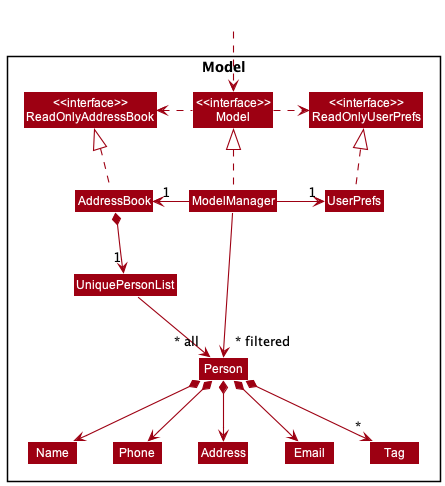
Before: docs/images/ModelClassDiagram.png, a diagram exported from PlantUML (nus-cs2103-AY2223S2/tp).
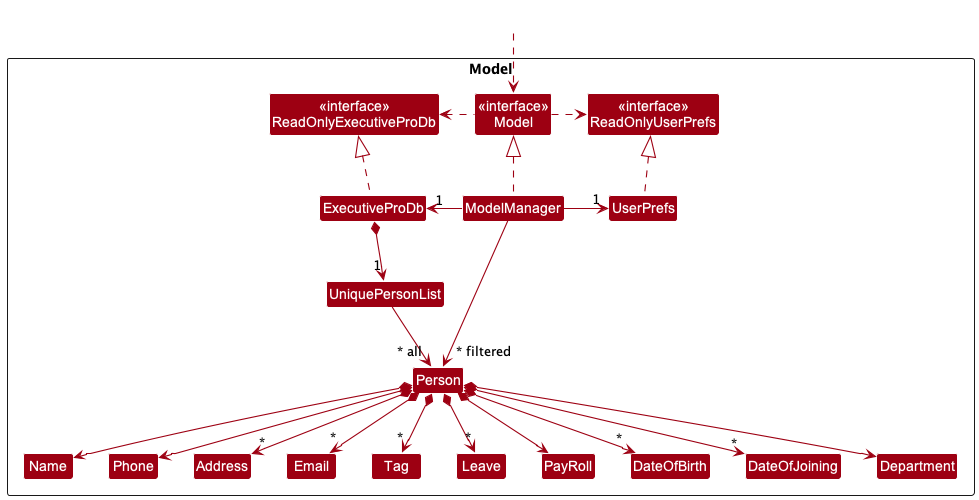
After the change.

What changed in the source:
```diff
@@ -4,11 +4,11 @@
 skinparam arrowColor MODEL_COLOR
 skinparam classBackgroundColor MODEL_COLOR
 
-Package Model <<Rectangle>>{
-Class "<<interface>>\nReadOnlyAddressBook" as ReadOnlyAddressBook
+package Model <<Rectangle>> {
+Class "<<interface>>\nReadOnlyExecutiveProDb" as ReadOnlyExecutiveProDb
 Class "<<interface>>\nReadOnlyUserPrefs" as ReadOnlyUserPrefs
 Class "<<interface>>\nModel" as Model
-Class AddressBook
+Class ExecutiveProDb
 Class ModelManager
 Class UserPrefs
 
@@ -19,27 +19,38 @@
 Class Name
 Class Phone
 Class Tag
+Class Leave
+Class PayRoll
+Class DateOfBirth
+Class DateOfJoining
+Class Department
+
 
 }
 
 Class HiddenOutside #FFFFFF
-HiddenOutside ..> Model
+HiddenOutside ..> Model.Model
 
-AddressBook .up.|> ReadOnlyAddressBook
+ExecutiveProDb .up.|> ReadOnlyExecutiveProDb
 
-ModelManager .up.|> Model
-Model .right.> ReadOnlyUserPrefs
-Model .left.> ReadOnlyAddressBook
-ModelManager -left-> "1" AddressBook
+ModelManager .up.|> Model.Model
+Model.Model .right.> ReadOnlyUserPrefs
+Model.Model .left.> ReadOnlyExecutiveProDb
+ModelManager -left-> "1" ExecutiveProDb
 ModelManager -right-> "1" UserPrefs
 UserPrefs .up.|> ReadOnlyUserPrefs
 
-AddressBook *--> "1" UniquePersonList
+ExecutiveProDb *--> "1" UniquePersonList
 UniquePersonList --> "~* all" Person
 Person *--> Name
 Person *--> Phone
-Person *--> Email
-Person *--> Address
+Person *--> "*" Email
+Person *--> "*" Address
+Person *--> "*" Leave
+Person *--> PayRoll
+Person *--> "*" DateOfBirth
+Person *--> "*" DateOfJoining
+Person *--> Department
 Person *--> "*" Tag
 
 Name -[hidden]right-> Phone
```
